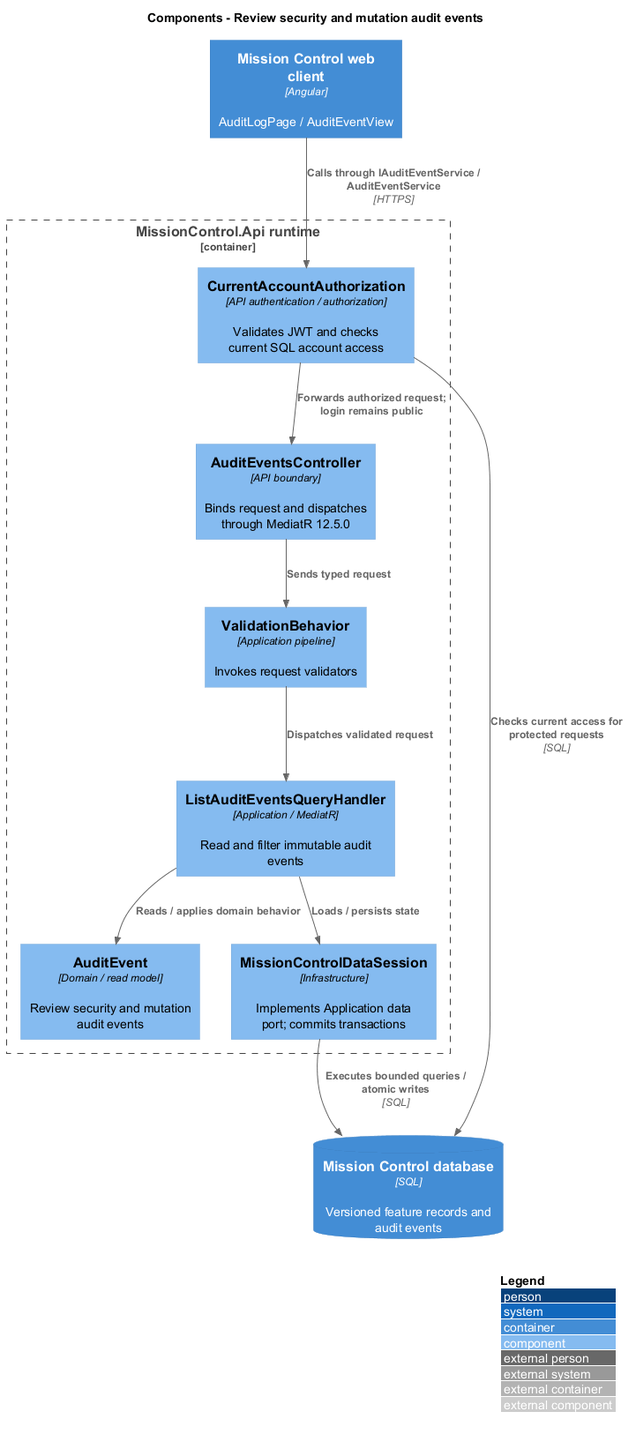
This is docs/detailed-designs/identity/review-audit-events/diagrams/c4-component.png from QuinntyneBrown/mission-control, a PlantUML export, as it was before one commit. Its diagram source:
```plantuml
@startuml
!include <C4/C4_Component>
LAYOUT_WITH_LEGEND()
title Components - Review security and mutation audit events
Container(web, "Mission Control web client", "Angular", "AuditLogPage / AuditEventView")
ContainerDb(db, "Mission Control database", "SQL", "Versioned feature records and audit events")
Container_Boundary(api, "MissionControl.Api runtime") {
  Component(ctrl, "AuditEventsController", "API boundary", "Binds request and dispatches through MediatR 12.5.0")
  Component(access, "CurrentAccountAuthorization", "API authentication / authorization", "Validates JWT and checks current SQL account access")
  Component(validation, "ValidationBehavior", "Application pipeline", "Invokes request validators")
  Component(entity, "AuditEvent", "Domain / read model", "Review security and mutation audit events")
  Component(store, "MissionControlDataSession", "Infrastructure", "Implements Application data port; commits transactions")
Rel(web, access, "Calls through IAuditEventService / AuditEventService", "HTTPS")
Rel(access, db, "Checks current access for protected requests", "SQL")
Rel(access, ctrl, "Forwards authorized request; login remains public")
Rel(ctrl, validation, "Sends typed request")
Component(h0, "ListAuditEventsQueryHandler", "Application / MediatR", "Read and filter immutable audit events")
Rel(validation, h0, "Dispatches validated request")
Rel(h0, entity, "Reads / applies domain behavior")
Rel(h0, store, "Loads / persists state")
}
Rel(store, db, "Executes bounded queries / atomic writes", "SQL")
@enduml
```
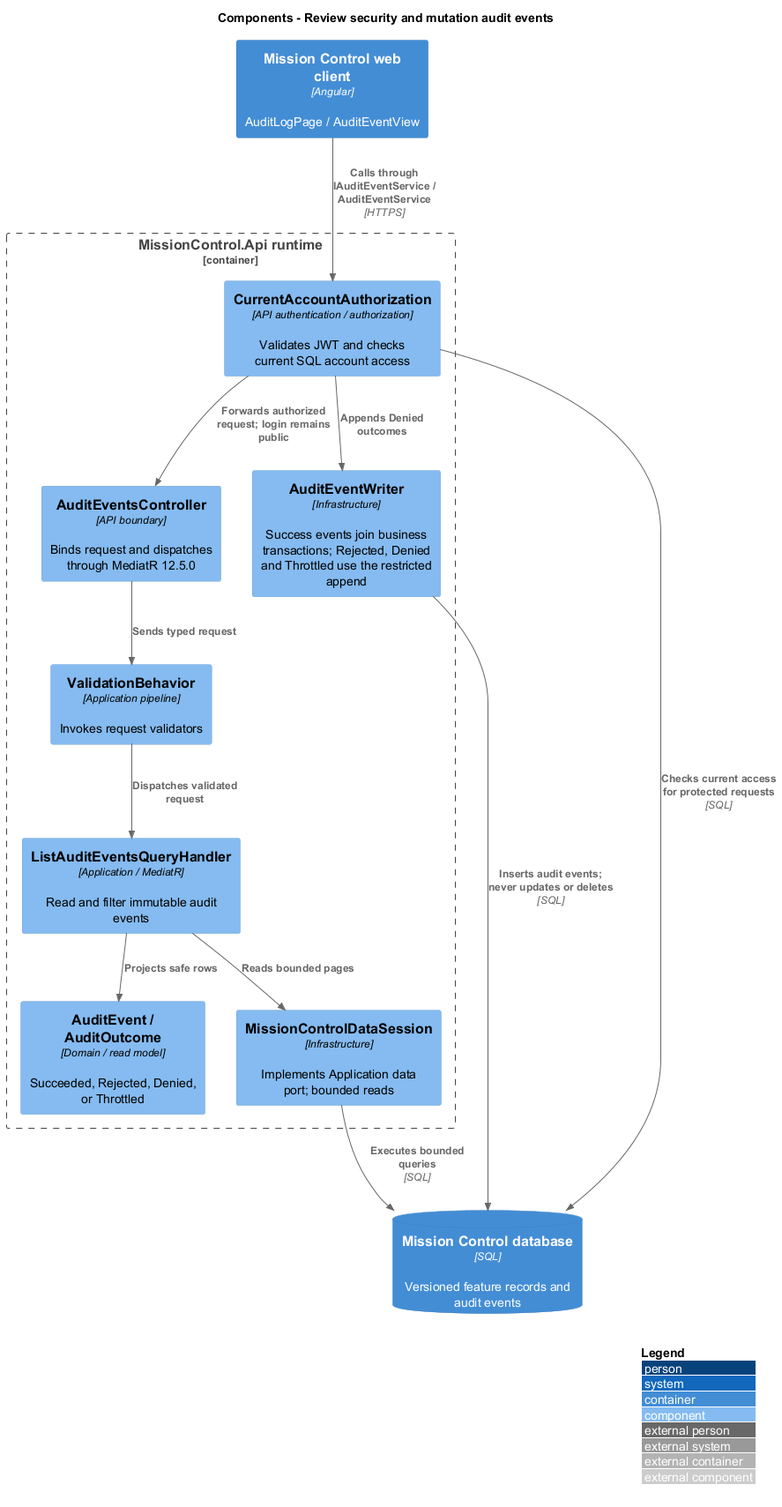
After the commit.

Diff of the diagram source:
```diff
@@ -8,16 +8,19 @@
   Component(ctrl, "AuditEventsController", "API boundary", "Binds request and dispatches through MediatR 12.5.0")
   Component(access, "CurrentAccountAuthorization", "API authentication / authorization", "Validates JWT and checks current SQL account access")
   Component(validation, "ValidationBehavior", "Application pipeline", "Invokes request validators")
-  Component(entity, "AuditEvent", "Domain / read model", "Review security and mutation audit events")
-  Component(store, "MissionControlDataSession", "Infrastructure", "Implements Application data port; commits transactions")
+  Component(entity, "AuditEvent / AuditOutcome", "Domain / read model", "Succeeded, Rejected, Denied, or Throttled")
+  Component(store, "MissionControlDataSession", "Infrastructure", "Implements Application data port; bounded reads")
+  Component(writer, "AuditEventWriter", "Infrastructure", "Success events join business transactions; Rejected, Denied and Throttled use the restricted append")
 Rel(web, access, "Calls through IAuditEventService / AuditEventService", "HTTPS")
 Rel(access, db, "Checks current access for protected requests", "SQL")
+Rel(access, writer, "Appends Denied outcomes")
 Rel(access, ctrl, "Forwards authorized request; login remains public")
 Rel(ctrl, validation, "Sends typed request")
 Component(h0, "ListAuditEventsQueryHandler", "Application / MediatR", "Read and filter immutable audit events")
 Rel(validation, h0, "Dispatches validated request")
-Rel(h0, entity, "Reads / applies domain behavior")
-Rel(h0, store, "Loads / persists state")
+Rel(h0, entity, "Projects safe rows")
+Rel(h0, store, "Reads bounded pages")
 }
-Rel(store, db, "Executes bounded queries / atomic writes", "SQL")
+Rel(store, db, "Executes bounded queries", "SQL")
+Rel(writer, db, "Inserts audit events; never updates or deletes", "SQL")
 @enduml
```
